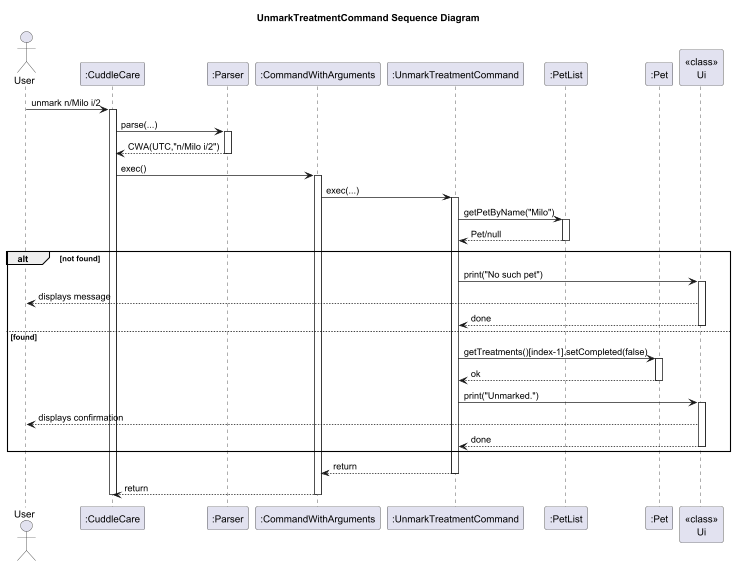
Before: docs/diagrams/UnmarkTreatmentCommand_Sequence_Diagram.png, a diagram exported from PlantUML (Kevin88866/tp).
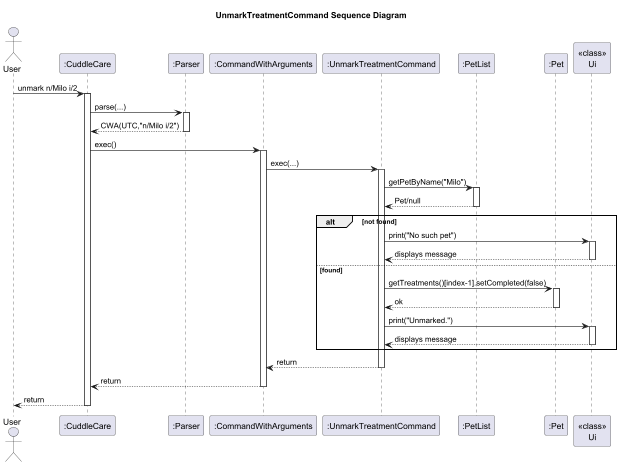
Later version of the same file.

Commit message:
modify sequence diagram

What changed in the source:
```diff
@@ -28,8 +28,7 @@
 alt not found
   UTC -> Ui : print("No such pet")
   activate Ui
-  Ui --> User : displays message
-  Ui --> UTC : done
+  Ui --> UTC : displays message
   deactivate Ui
 else found
   UTC -> Pet : getTreatments()[index-1].setCompleted(false)
@@ -38,8 +37,7 @@
   deactivate Pet
   UTC -> Ui : print("Unmarked.")
   activate Ui
-  Ui --> User : displays confirmation
-  Ui --> UTC : done
+  Ui --> UTC : displays message
   deactivate Ui
 end
 
@@ -47,5 +45,6 @@
 deactivate UTC
 CWA --> CuddleCare : return
 deactivate CWA
+CuddleCare --> User : return
 deactivate CuddleCare
 @enduml
```
